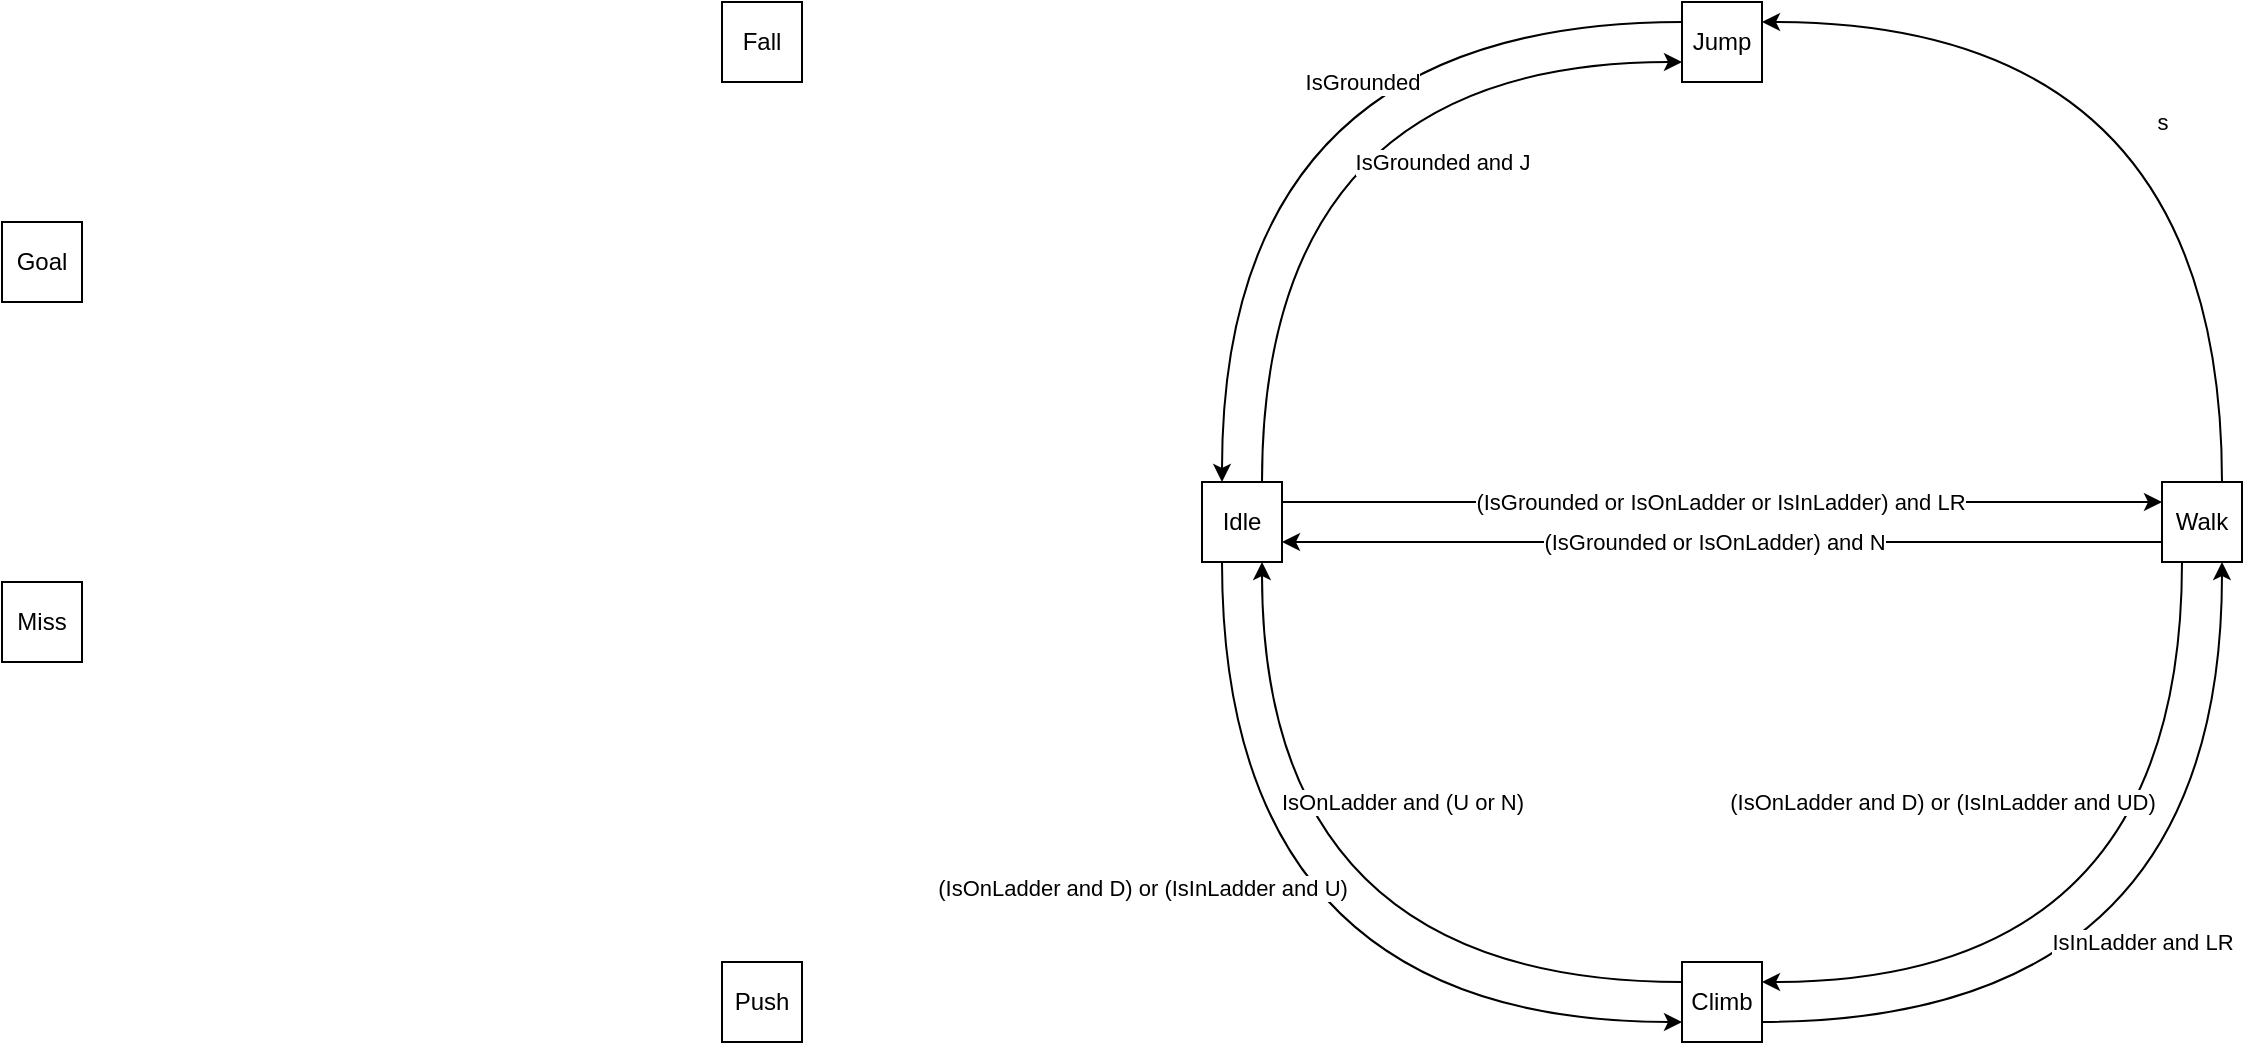
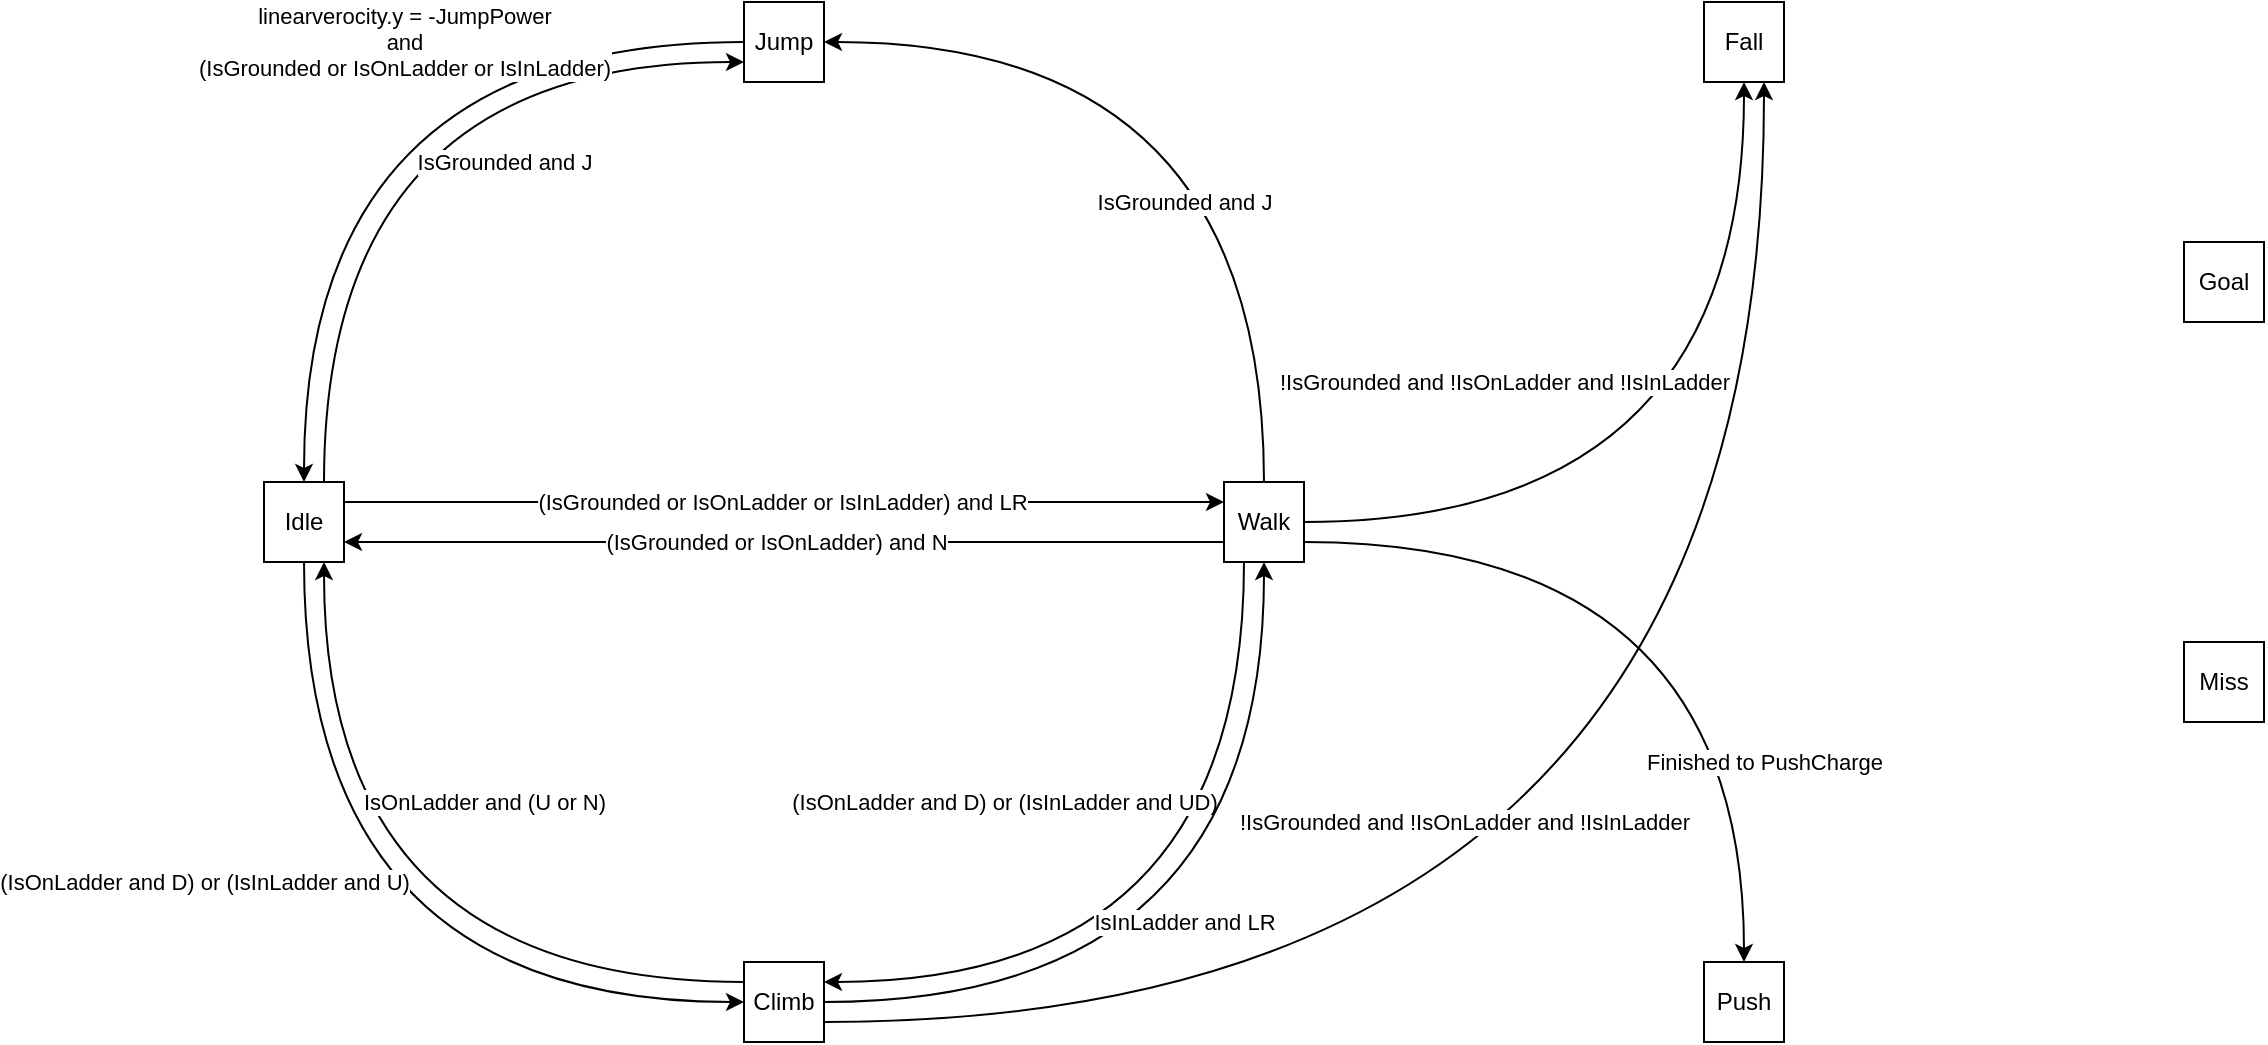
<mxfile host="app.diagrams.net">
  <diagram name="ページ-1" id="eCxLBlFjGUqf7Z6m2j1D">
-     <mxGraphModel dx="2077" dy="230" grid="1" gridSize="10" guides="1" tooltips="1" connect="1" arrows="1" fold="1" page="0" pageScale="1" pageWidth="850" pageHeight="1100" math="0" shadow="0">
+     <mxGraphModel dx="693" dy="230" grid="1" gridSize="10" guides="1" tooltips="1" connect="1" arrows="1" fold="1" page="0" pageScale="1" pageWidth="850" pageHeight="1100" math="0" shadow="0">
      <root>
        <mxCell id="0" />
        <mxCell id="1" parent="0" />
        <mxCell id="jKU9ux3vtCMjaz6sIP6h-1" parent="1" style="rounded=0;whiteSpace=wrap;html=1;" value="Idle" vertex="1">
          <mxGeometry height="40" width="40" x="320" y="920" as="geometry" />
        </mxCell>
        <mxCell id="jKU9ux3vtCMjaz6sIP6h-2" parent="1" style="rounded=0;whiteSpace=wrap;html=1;" value="Walk" vertex="1">
          <mxGeometry height="40" width="40" x="800" y="920" as="geometry" />
        </mxCell>
        <mxCell id="jKU9ux3vtCMjaz6sIP6h-3" edge="1" parent="1" source="jKU9ux3vtCMjaz6sIP6h-1" style="endArrow=classic;html=1;rounded=0;elbow=vertical;edgeStyle=orthogonalEdgeStyle;curved=1;" target="jKU9ux3vtCMjaz6sIP6h-2" value="">
          <mxGeometry relative="1" as="geometry">
            <Array as="points">
              <mxPoint x="570" y="930" />
              <mxPoint x="570" y="930" />
            </Array>
            <mxPoint x="460" y="1010" as="sourcePoint" />
            <mxPoint x="560" y="1010" as="targetPoint" />
          </mxGeometry>
        </mxCell>
        <mxCell id="jKU9ux3vtCMjaz6sIP6h-6" connectable="0" parent="jKU9ux3vtCMjaz6sIP6h-3" style="edgeLabel;html=1;align=center;verticalAlign=middle;resizable=0;points=[];" value="(IsGrounded or IsOnLadder or IsInLadder) and LR" vertex="1">
          <mxGeometry relative="1" x="-0.0281" y="-1" as="geometry">
            <mxPoint x="5" y="-1" as="offset" />
          </mxGeometry>
        </mxCell>
        <mxCell id="jKU9ux3vtCMjaz6sIP6h-7" edge="1" parent="1" source="jKU9ux3vtCMjaz6sIP6h-2" style="endArrow=classic;html=1;rounded=0;elbow=vertical;edgeStyle=orthogonalEdgeStyle;curved=1;" target="jKU9ux3vtCMjaz6sIP6h-1" value="">
          <mxGeometry relative="1" as="geometry">
            <Array as="points">
              <mxPoint x="570" y="950" />
              <mxPoint x="570" y="950" />
            </Array>
            <mxPoint x="740" y="1010" as="sourcePoint" />
            <mxPoint x="410" y="1010" as="targetPoint" />
          </mxGeometry>
        </mxCell>
        <mxCell id="jKU9ux3vtCMjaz6sIP6h-10" connectable="0" parent="jKU9ux3vtCMjaz6sIP6h-7" style="edgeLabel;html=1;align=center;verticalAlign=middle;resizable=0;points=[];" value="(IsGrounded or IsOnLadder) and N" vertex="1">
          <mxGeometry relative="1" x="-0.0281" y="-1" as="geometry">
            <mxPoint x="-10" y="1" as="offset" />
          </mxGeometry>
        </mxCell>
        <mxCell id="jKU9ux3vtCMjaz6sIP6h-11" parent="1" style="rounded=0;whiteSpace=wrap;html=1;" value="Climb" vertex="1">
          <mxGeometry height="40" width="40" x="560" y="1160" as="geometry" />
        </mxCell>
        <mxCell id="jKU9ux3vtCMjaz6sIP6h-12" edge="1" parent="1" source="jKU9ux3vtCMjaz6sIP6h-2" style="endArrow=classic;html=1;rounded=0;elbow=vertical;edgeStyle=orthogonalEdgeStyle;curved=1;" target="jKU9ux3vtCMjaz6sIP6h-11" value="">
          <mxGeometry relative="1" as="geometry">
            <Array as="points">
              <mxPoint x="810" y="1170" />
            </Array>
            <mxPoint x="1030" y="1050" as="sourcePoint" />
            <mxPoint x="710" y="1050" as="targetPoint" />
          </mxGeometry>
        </mxCell>
        <mxCell id="jKU9ux3vtCMjaz6sIP6h-15" connectable="0" parent="jKU9ux3vtCMjaz6sIP6h-12" style="edgeLabel;html=1;align=center;verticalAlign=middle;resizable=0;points=[];" value="(IsOnLadder and D) or (IsInLadder and UD)" vertex="1">
          <mxGeometry relative="1" x="-0.0281" y="-1" as="geometry">
            <mxPoint x="-119" y="-84" as="offset" />
          </mxGeometry>
        </mxCell>
        <mxCell id="jKU9ux3vtCMjaz6sIP6h-16" edge="1" parent="1" source="jKU9ux3vtCMjaz6sIP6h-11" style="endArrow=classic;html=1;rounded=0;elbow=vertical;edgeStyle=orthogonalEdgeStyle;curved=1;" target="jKU9ux3vtCMjaz6sIP6h-2" value="">
          <mxGeometry relative="1" as="geometry">
            <Array as="points">
-               <mxPoint x="830" y="1190" />
+               <mxPoint x="820" y="1180" />
            </Array>
            <mxPoint x="872" y="1050" as="sourcePoint" />
            <mxPoint x="720" y="1260" as="targetPoint" />
          </mxGeometry>
        </mxCell>
        <mxCell id="jKU9ux3vtCMjaz6sIP6h-17" connectable="0" parent="jKU9ux3vtCMjaz6sIP6h-16" style="edgeLabel;resizable=0;html=1;;align=center;verticalAlign=middle;" value="IsInLadder and LR" vertex="1">
          <mxGeometry relative="1" as="geometry">
            <mxPoint x="-40" y="-40" as="offset" />
          </mxGeometry>
        </mxCell>
        <mxCell id="jKU9ux3vtCMjaz6sIP6h-22" edge="1" parent="1" source="jKU9ux3vtCMjaz6sIP6h-11" style="endArrow=classic;html=1;rounded=0;elbow=vertical;edgeStyle=orthogonalEdgeStyle;curved=1;" target="jKU9ux3vtCMjaz6sIP6h-1" value="">
          <mxGeometry relative="1" as="geometry">
            <Array as="points">
              <mxPoint x="350" y="1170" />
            </Array>
            <mxPoint x="750" y="1120" as="sourcePoint" />
            <mxPoint x="680" y="1340" as="targetPoint" />
          </mxGeometry>
        </mxCell>
        <mxCell id="jKU9ux3vtCMjaz6sIP6h-23" connectable="0" parent="jKU9ux3vtCMjaz6sIP6h-22" style="edgeLabel;html=1;align=center;verticalAlign=middle;resizable=0;points=[];" value="IsOnLadder and (U or N)" vertex="1">
          <mxGeometry relative="1" x="-0.0281" y="-1" as="geometry">
-             <mxPoint x="64" y="-89" as="offset" />
+             <mxPoint x="74" y="-89" as="offset" />
          </mxGeometry>
        </mxCell>
        <mxCell id="jKU9ux3vtCMjaz6sIP6h-25" edge="1" parent="1" source="jKU9ux3vtCMjaz6sIP6h-1" style="endArrow=classic;html=1;rounded=0;elbow=vertical;edgeStyle=orthogonalEdgeStyle;curved=1;" target="jKU9ux3vtCMjaz6sIP6h-11" value="">
          <mxGeometry relative="1" as="geometry">
            <Array as="points">
-               <mxPoint x="330" y="1190" />
+               <mxPoint x="340" y="1180" />
            </Array>
            <mxPoint x="695" y="1335" as="sourcePoint" />
            <mxPoint x="430" y="1100" as="targetPoint" />
          </mxGeometry>
        </mxCell>
        <mxCell id="jKU9ux3vtCMjaz6sIP6h-26" connectable="0" parent="jKU9ux3vtCMjaz6sIP6h-25" style="edgeLabel;html=1;align=center;verticalAlign=middle;resizable=0;points=[];" value="(IsOnLadder and D) or (IsInLadder and U)" vertex="1">
          <mxGeometry relative="1" x="-0.0281" y="-1" as="geometry">
-             <mxPoint x="-39" y="-61" as="offset" />
+             <mxPoint x="-49" y="-54" as="offset" />
          </mxGeometry>
        </mxCell>
        <mxCell id="jKU9ux3vtCMjaz6sIP6h-27" parent="1" style="rounded=0;whiteSpace=wrap;html=1;" value="Jump" vertex="1">
          <mxGeometry height="40" width="40" x="560" y="680" as="geometry" />
        </mxCell>
        <mxCell id="jKU9ux3vtCMjaz6sIP6h-28" parent="1" style="rounded=0;whiteSpace=wrap;html=1;" value="Fall" vertex="1">
-           <mxGeometry height="40" width="40" x="80" y="680" as="geometry" />
+           <mxGeometry height="40" width="40" x="1040" y="680" as="geometry" />
        </mxCell>
        <mxCell id="jKU9ux3vtCMjaz6sIP6h-29" parent="1" style="rounded=0;whiteSpace=wrap;html=1;" value="Push" vertex="1">
-           <mxGeometry height="40" width="40" x="80" y="1160" as="geometry" />
+           <mxGeometry height="40" width="40" x="1040" y="1160" as="geometry" />
        </mxCell>
        <mxCell id="jKU9ux3vtCMjaz6sIP6h-32" parent="1" style="rounded=0;whiteSpace=wrap;html=1;" value="Goal" vertex="1">
-           <mxGeometry height="40" width="40" x="-280" y="790" as="geometry" />
+           <mxGeometry height="40" width="40" x="1280" y="800" as="geometry" />
        </mxCell>
        <mxCell id="jKU9ux3vtCMjaz6sIP6h-33" parent="1" style="rounded=0;whiteSpace=wrap;html=1;" value="Miss" vertex="1">
-           <mxGeometry height="40" width="40" x="-280" y="970" as="geometry" />
+           <mxGeometry height="40" width="40" x="1280" y="1000" as="geometry" />
        </mxCell>
        <mxCell id="jKU9ux3vtCMjaz6sIP6h-35" edge="1" parent="1" source="jKU9ux3vtCMjaz6sIP6h-1" style="endArrow=classic;html=1;rounded=0;elbow=vertical;edgeStyle=orthogonalEdgeStyle;curved=1;" target="jKU9ux3vtCMjaz6sIP6h-27" value="">
          <mxGeometry relative="1" as="geometry">
            <Array as="points">
              <mxPoint x="350" y="710" />
            </Array>
            <mxPoint x="750" y="890" as="sourcePoint" />
            <mxPoint x="1070" y="890" as="targetPoint" />
          </mxGeometry>
        </mxCell>
        <mxCell id="jKU9ux3vtCMjaz6sIP6h-36" connectable="0" parent="jKU9ux3vtCMjaz6sIP6h-35" style="edgeLabel;html=1;align=center;verticalAlign=middle;resizable=0;points=[];" value="IsGrounded and J" vertex="1">
          <mxGeometry relative="1" x="-0.0281" y="-1" as="geometry">
            <mxPoint x="89" y="44" as="offset" />
          </mxGeometry>
        </mxCell>
        <mxCell id="jKU9ux3vtCMjaz6sIP6h-37" edge="1" parent="1" source="jKU9ux3vtCMjaz6sIP6h-2" style="endArrow=classic;html=1;rounded=0;elbow=vertical;edgeStyle=orthogonalEdgeStyle;curved=1;" target="jKU9ux3vtCMjaz6sIP6h-27" value="">
          <mxGeometry relative="1" as="geometry">
            <Array as="points">
-               <mxPoint x="830" y="690" />
+               <mxPoint x="820" y="700" />
            </Array>
            <mxPoint x="550" y="975" as="sourcePoint" />
            <mxPoint x="710" y="750" as="targetPoint" />
          </mxGeometry>
        </mxCell>
-         <mxCell id="jKU9ux3vtCMjaz6sIP6h-38" connectable="0" parent="jKU9ux3vtCMjaz6sIP6h-37" style="edgeLabel;html=1;align=center;verticalAlign=middle;resizable=0;points=[];" value="s" vertex="1">
-           <mxGeometry relative="1" x="-0.0281" y="-1" as="geometry">
-             <mxPoint x="-31" y="43" as="offset" />
+         <mxCell id="jKU9ux3vtCMjaz6sIP6h-38" connectable="0" parent="jKU9ux3vtCMjaz6sIP6h-37" style="edgeLabel;html=1;align=center;verticalAlign=middle;resizable=0;points=[];" value="IsGrounded and J" vertex="1">
+           <mxGeometry relative="1" x="-0.0281" y="-1" as="geometry">
+             <mxPoint x="-41" y="74" as="offset" />
          </mxGeometry>
        </mxCell>
        <mxCell id="jKU9ux3vtCMjaz6sIP6h-39" edge="1" parent="1" source="jKU9ux3vtCMjaz6sIP6h-27" style="endArrow=classic;html=1;rounded=0;elbow=vertical;edgeStyle=orthogonalEdgeStyle;curved=1;" target="jKU9ux3vtCMjaz6sIP6h-1" value="">
          <mxGeometry relative="1" as="geometry">
            <Array as="points">
-               <mxPoint x="330" y="690" />
+               <mxPoint x="340" y="700" />
            </Array>
            <mxPoint x="500" y="1035" as="sourcePoint" />
            <mxPoint x="660" y="810" as="targetPoint" />
          </mxGeometry>
        </mxCell>
-         <mxCell id="jKU9ux3vtCMjaz6sIP6h-40" connectable="0" parent="jKU9ux3vtCMjaz6sIP6h-39" style="edgeLabel;html=1;align=center;verticalAlign=middle;resizable=0;points=[];" value="IsGrounded" vertex="1">
-           <mxGeometry relative="1" x="-0.0281" y="-1" as="geometry">
-             <mxPoint x="63" y="31" as="offset" />
+         <mxCell id="jKU9ux3vtCMjaz6sIP6h-40" connectable="0" parent="jKU9ux3vtCMjaz6sIP6h-39" style="edgeLabel;html=1;align=center;verticalAlign=middle;resizable=0;points=[];" value="linearverocity.y = -JumpPower&lt;div&gt;and&lt;/div&gt;&lt;div&gt;(IsGrounded or IsOnLadder or IsInLadder)&lt;/div&gt;" vertex="1">
+           <mxGeometry relative="1" x="-0.0281" y="-1" as="geometry">
+             <mxPoint x="44" y="1" as="offset" />
+           </mxGeometry>
+         </mxCell>
+         <mxCell id="MqH4GhcCCnL4xjRbvHN_-1" edge="1" parent="1" source="jKU9ux3vtCMjaz6sIP6h-2" style="endArrow=classic;html=1;rounded=0;elbow=vertical;edgeStyle=orthogonalEdgeStyle;curved=1;" target="jKU9ux3vtCMjaz6sIP6h-28" value="">
+           <mxGeometry relative="1" as="geometry">
+             <Array as="points" />
+             <mxPoint x="1230" y="1030" as="sourcePoint" />
+             <mxPoint x="1000" y="800" as="targetPoint" />
+           </mxGeometry>
+         </mxCell>
+         <mxCell id="MqH4GhcCCnL4xjRbvHN_-2" connectable="0" parent="MqH4GhcCCnL4xjRbvHN_-1" style="edgeLabel;html=1;align=center;verticalAlign=middle;resizable=0;points=[];" value="!IsGrounded and !IsOnLadder and !IsInLadder" vertex="1">
+           <mxGeometry relative="1" x="-0.0281" y="-1" as="geometry">
+             <mxPoint x="-114" y="-71" as="offset" />
+           </mxGeometry>
+         </mxCell>
+         <mxCell id="MqH4GhcCCnL4xjRbvHN_-3" edge="1" parent="1" source="jKU9ux3vtCMjaz6sIP6h-11" style="endArrow=classic;html=1;rounded=0;elbow=vertical;edgeStyle=orthogonalEdgeStyle;curved=1;" target="jKU9ux3vtCMjaz6sIP6h-28" value="">
+           <mxGeometry relative="1" as="geometry">
+             <Array as="points">
+               <mxPoint x="1070" y="1190" />
+             </Array>
+             <mxPoint x="740" y="1200" as="sourcePoint" />
+             <mxPoint x="960" y="980" as="targetPoint" />
+           </mxGeometry>
+         </mxCell>
+         <mxCell id="MqH4GhcCCnL4xjRbvHN_-4" connectable="0" parent="MqH4GhcCCnL4xjRbvHN_-3" style="edgeLabel;html=1;align=center;verticalAlign=middle;resizable=0;points=[];" value="!IsGrounded and !IsOnLadder and !IsInLadder" vertex="1">
+           <mxGeometry relative="1" x="-0.0281" y="-1" as="geometry">
+             <mxPoint x="-137" y="-101" as="offset" />
+           </mxGeometry>
+         </mxCell>
+         <mxCell id="MqH4GhcCCnL4xjRbvHN_-5" edge="1" parent="1" source="jKU9ux3vtCMjaz6sIP6h-2" style="endArrow=classic;html=1;rounded=0;elbow=vertical;edgeStyle=orthogonalEdgeStyle;curved=1;" target="jKU9ux3vtCMjaz6sIP6h-29" value="">
+           <mxGeometry relative="1" as="geometry">
+             <Array as="points">
+               <mxPoint x="1060" y="950" />
+             </Array>
+             <mxPoint x="1110" y="1180" as="sourcePoint" />
+             <mxPoint x="1330" y="960" as="targetPoint" />
+           </mxGeometry>
+         </mxCell>
+         <mxCell id="MqH4GhcCCnL4xjRbvHN_-6" connectable="0" parent="MqH4GhcCCnL4xjRbvHN_-5" style="edgeLabel;html=1;align=center;verticalAlign=middle;resizable=0;points=[];" value="Finished to PushCharge" vertex="1">
+           <mxGeometry relative="1" x="-0.0281" y="-1" as="geometry">
+             <mxPoint x="21" y="109" as="offset" />
          </mxGeometry>
        </mxCell>
      </root>
    </mxGraphModel>
  </diagram>
</mxfile>
